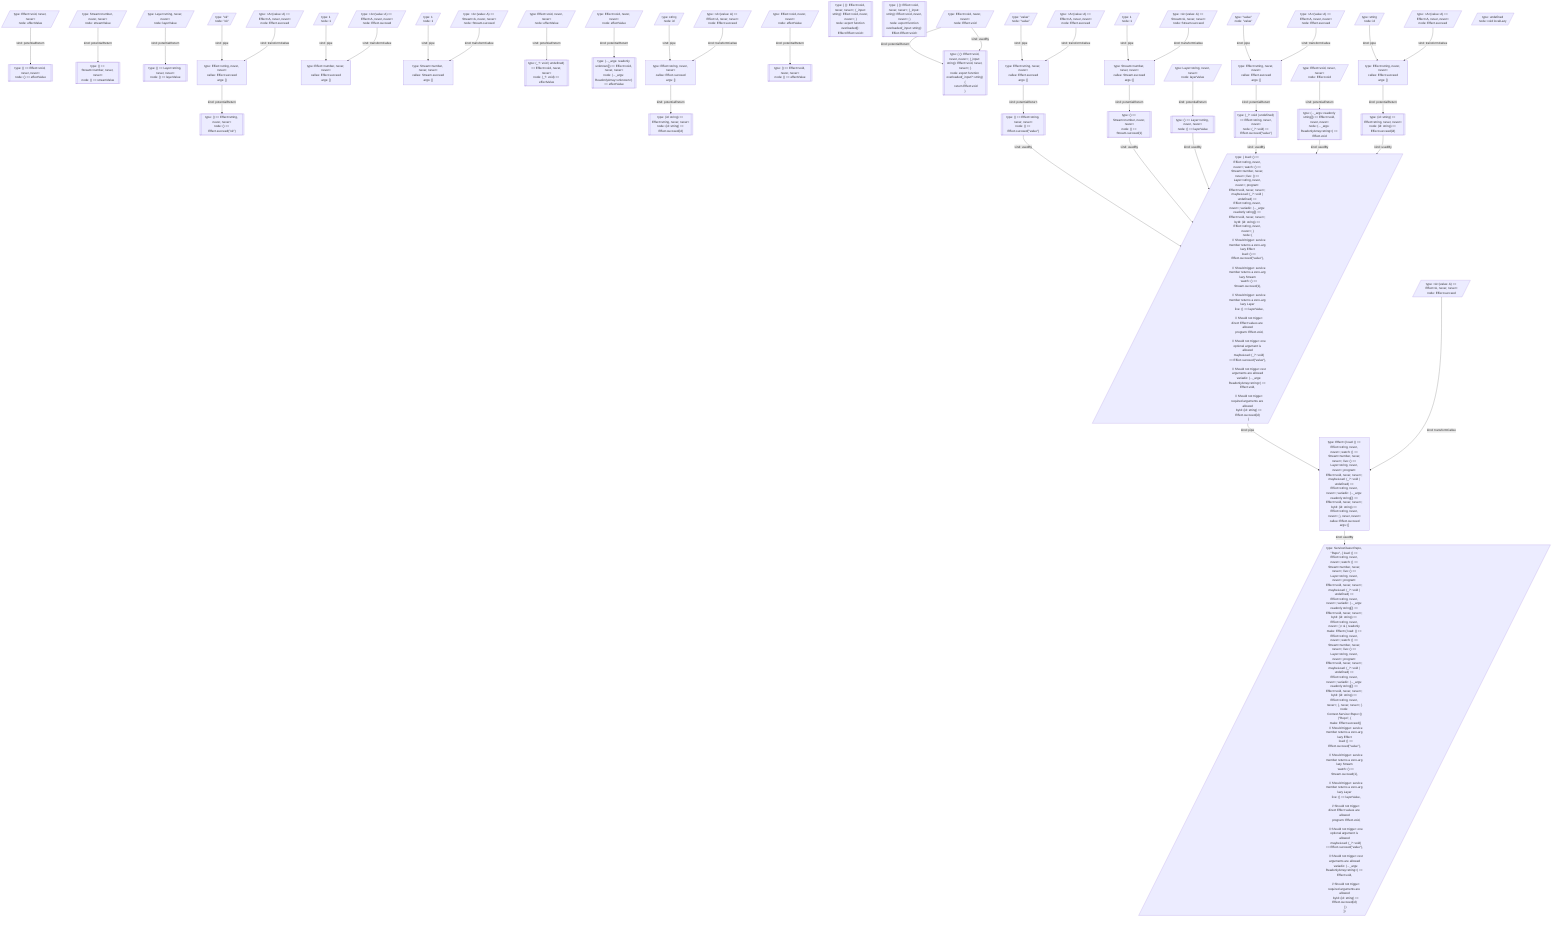
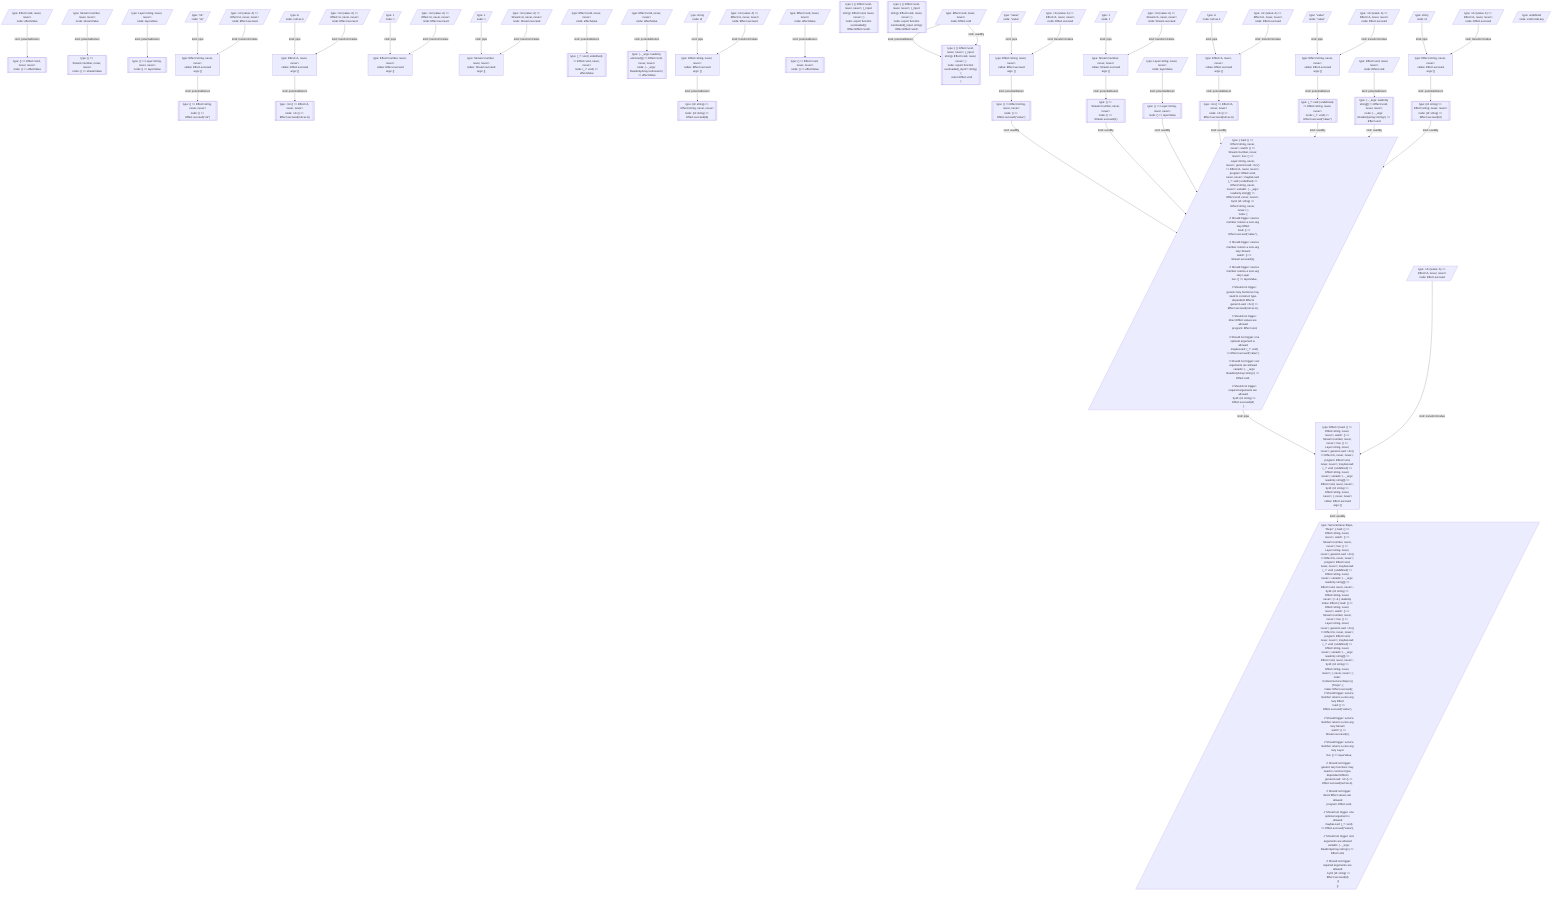
flowchart TB
  0[["type: #40;#41; =#gt; Effect#lt;void, never, never#gt;<br/>node: #40;#41; =#gt; effectValue"]]
  1[/"type: Effect#lt;void, never, never#gt;<br/>node: effectValue"/]
  2[["type: #40;#41; =#gt; Stream#lt;number, never, never#gt;<br/>node: #40;#41; =#gt; streamValue"]]
  3[/"type: Stream#lt;number, never, never#gt;<br/>node: streamValue"/]
  4[["type: #40;#41; =#gt; Layer#lt;string, never, never#gt;<br/>node: #40;#41; =#gt; layerValue"]]
  5[/"type: Layer#lt;string, never, never#gt;<br/>node: layerValue"/]
  6[["type: #40;#41; =#gt; Effect#lt;string, never, never#gt;<br/>node: #40;#41; =#gt; Effect.succeed#40;#quot;ok#quot;#41;"]]
  7[/"type: #quot;ok#quot;<br/>node: #quot;ok#quot;"/]
  8["type: Effect#lt;string, never, never#gt;<br/>callee: Effect.succeed<br/>args: #91;#93;"]
  9[/"type: #lt;A#gt;#40;value: A#41; =#gt; Effect#lt;A, never, never#gt;<br/>node: Effect.succeed"/]
-   10[/"type: 1<br/>node: 1"/]
-   11["type: Effect#lt;number, never, never#gt;<br/>callee: Effect.succeed<br/>args: #91;#93;"]
-   12[/"type: #lt;A#gt;#40;value: A#41; =#gt; Effect#lt;A, never, never#gt;<br/>node: Effect.succeed"/]
-   13[/"type: 1<br/>node: 1"/]
-   14["type: Stream#lt;number, never, never#gt;<br/>callee: Stream.succeed<br/>args: #91;#93;"]
-   15[/"type: #lt;A#gt;#40;value: A#41; =#gt; Stream#lt;A, never, never#gt;<br/>node: Stream.succeed"/]
-   16[["type: #40;_?: void #124; undefined#41; =#gt; Effect#lt;void, never, never#gt;<br/>node: #40;_?: void#41; =#gt; effectValue"]]
-   17[/"type: Effect#lt;void, never, never#gt;<br/>node: effectValue"/]
-   18[["type: #40;..._args: readonly unknown#91;#93;#41; =#gt; Effect#lt;void, never, never#gt;<br/>node: #40;..._args: ReadonlyArray#lt;unknown#gt;#41; =#gt; effectValue"]]
-   19[/"type: Effect#lt;void, never, never#gt;<br/>node: effectValue"/]
-   20[["type: #40;id: string#41; =#gt; Effect#lt;string, never, never#gt;<br/>node: #40;id: string#41; =#gt; Effect.succeed#40;id#41;"]]
-   21[/"type: string<br/>node: id"/]
-   22["type: Effect#lt;string, never, never#gt;<br/>callee: Effect.succeed<br/>args: #91;#93;"]
-   23[/"type: #lt;A#gt;#40;value: A#41; =#gt; Effect#lt;A, never, never#gt;<br/>node: Effect.succeed"/]
-   24[["type: #40;#41; =#gt; Effect#lt;void, never, never#gt;<br/>node: #40;#41; =#gt; effectValue"]]
-   25[/"type: Effect#lt;void, never, never#gt;<br/>node: effectValue"/]
-   26[["type: #123; #40;#41;: Effect#lt;void, never, never#gt;; #40;_input: string#41;: Effect#lt;void, never, never#gt;; #125;<br/>node: export function overloaded#40;#41;: Effect.Effect#lt;void#gt;"]]
-   27[["type: #123; #40;#41;: Effect#lt;void, never, never#gt;; #40;_input: string#41;: Effect#lt;void, never, never#gt;; #125;<br/>node: export function overloaded#40;_input: string#41;: Effect.Effect#lt;void#gt;"]]
-   28[["type: #123; #40;#41;: Effect#lt;void, never, never#gt;; #40;_input: string#41;: Effect#lt;void, never, never#gt;; #125;<br/>node: export function overloaded#40;_input?: string#41; #123;#92;n  return Effect.void#92;n#125;"]]
-   29[/"type: Effect#lt;void, never, never#gt;<br/>node: Effect.void"/]
-   30[/"type: ServiceClass#lt;Repo, #quot;Repo#quot;, #123; load: #40;#41; =#gt; Effect#lt;string, never, never#gt;; watch: #40;#41; =#gt; Stream#lt;number, never, never#gt;; live: #40;#41; =#gt; Layer#lt;string, never, never#gt;; program: Effect#lt;void, never, never#gt;; maybeLoad: #40;_?: void #124; undefined#41; =#gt; Effect#lt;string, never, never#gt;; variadic: #40;..._args: readonly string#91;#93;#41; =#gt; Effect#lt;void, never, never#gt;; byId: #40;id: string#41; =#gt; Effect#lt;string, never, never#gt;; #125;#gt; #amp; #123; readonly make: Effect#lt;#123; load: #40;#41; =#gt; Effect#lt;string, never, never#gt;; watch: #40;#41; =#gt; Stream#lt;number, never, never#gt;; live: #40;#41; =#gt; Layer#lt;string, never, never#gt;; program: Effect#lt;void, never, never#gt;; maybeLoad: #40;_?: void #124; undefined#41; =#gt; Effect#lt;string, never, never#gt;; variadic: #40;..._args: readonly string#91;#93;#41; =#gt; Effect#lt;void, never, never#gt;; byId: #40;id: string#41; =#gt; Effect#lt;string, never, never#gt;; #125;, never, never#gt;; #125;<br/>node: Context.Service#lt;Repo#gt;#40;#41;#40;#quot;Repo#quot;, #123;#92;n  make: Effect.succeed#40;#123;#92;n    // Should trigger: service member returns a zero-arg lazy Effect#92;n    load: #40;#41; =#gt; Effect.succeed#40;#quot;value#quot;#41;,#92;n#92;n    // Should trigger: service member returns a zero-arg lazy Stream#92;n    watch: #40;#41; =#gt; Stream.succeed#40;1#41;,#92;n#92;n    // Should trigger: service member returns a zero-arg lazy Layer#92;n    live: #40;#41; =#gt; layerValue,#92;n#92;n    // Should not trigger: direct Effect values are allowed#92;n    program: Effect.void,#92;n#92;n    // Should not trigger: one optional argument is allowed#92;n    maybeLoad: #40;_?: void#41; =#gt; Effect.succeed#40;#quot;value#quot;#41;,#92;n#92;n    // Should not trigger: rest arguments are allowed#92;n    variadic: #40;..._args: ReadonlyArray#lt;string#gt;#41; =#gt; Effect.void,#92;n#92;n    // Should not trigger: required arguments are allowed#92;n    byId: #40;id: string#41; =#gt; Effect.succeed#40;id#41;#92;n  #125;#41;#92;n#125;#41;"/]
-   31[/"type: #123; load: #40;#41; =#gt; Effect#lt;string, never, never#gt;; watch: #40;#41; =#gt; Stream#lt;number, never, never#gt;; live: #40;#41; =#gt; Layer#lt;string, never, never#gt;; program: Effect#lt;void, never, never#gt;; maybeLoad: #40;_?: void #124; undefined#41; =#gt; Effect#lt;string, never, never#gt;; variadic: #40;..._args: readonly string#91;#93;#41; =#gt; Effect#lt;void, never, never#gt;; byId: #40;id: string#41; =#gt; Effect#lt;string, never, never#gt;; #125;<br/>node: #123;#92;n    // Should trigger: service member returns a zero-arg lazy Effect#92;n    load: #40;#41; =#gt; Effect.succeed#40;#quot;value#quot;#41;,#92;n#92;n    // Should trigger: service member returns a zero-arg lazy Stream#92;n    watch: #40;#41; =#gt; Stream.succeed#40;1#41;,#92;n#92;n    // Should trigger: service member returns a zero-arg lazy Layer#92;n    live: #40;#41; =#gt; layerValue,#92;n#92;n    // Should not trigger: direct Effect values are allowed#92;n    program: Effect.void,#92;n#92;n    // Should not trigger: one optional argument is allowed#92;n    maybeLoad: #40;_?: void#41; =#gt; Effect.succeed#40;#quot;value#quot;#41;,#92;n#92;n    // Should not trigger: rest arguments are allowed#92;n    variadic: #40;..._args: ReadonlyArray#lt;string#gt;#41; =#gt; Effect.void,#92;n#92;n    // Should not trigger: required arguments are allowed#92;n    byId: #40;id: string#41; =#gt; Effect.succeed#40;id#41;#92;n  #125;"/]
-   32[["type: #40;#41; =#gt; Effect#lt;string, never, never#gt;<br/>node: #40;#41; =#gt; Effect.succeed#40;#quot;value#quot;#41;"]]
-   33[/"type: #quot;value#quot;<br/>node: #quot;value#quot;"/]
-   34["type: Effect#lt;string, never, never#gt;<br/>callee: Effect.succeed<br/>args: #91;#93;"]
-   35[/"type: #lt;A#gt;#40;value: A#41; =#gt; Effect#lt;A, never, never#gt;<br/>node: Effect.succeed"/]
-   36[["type: #40;#41; =#gt; Stream#lt;number, never, never#gt;<br/>node: #40;#41; =#gt; Stream.succeed#40;1#41;"]]
-   37[/"type: 1<br/>node: 1"/]
-   38["type: Stream#lt;number, never, never#gt;<br/>callee: Stream.succeed<br/>args: #91;#93;"]
-   39[/"type: #lt;A#gt;#40;value: A#41; =#gt; Stream#lt;A, never, never#gt;<br/>node: Stream.succeed"/]
-   40[["type: #40;#41; =#gt; Layer#lt;string, never, never#gt;<br/>node: #40;#41; =#gt; layerValue"]]
-   41[/"type: Layer#lt;string, never, never#gt;<br/>node: layerValue"/]
-   42[["type: #40;_?: void #124; undefined#41; =#gt; Effect#lt;string, never, never#gt;<br/>node: #40;_?: void#41; =#gt; Effect.succeed#40;#quot;value#quot;#41;"]]
-   43[/"type: #quot;value#quot;<br/>node: #quot;value#quot;"/]
-   44["type: Effect#lt;string, never, never#gt;<br/>callee: Effect.succeed<br/>args: #91;#93;"]
-   45[/"type: #lt;A#gt;#40;value: A#41; =#gt; Effect#lt;A, never, never#gt;<br/>node: Effect.succeed"/]
-   46[["type: #40;..._args: readonly string#91;#93;#41; =#gt; Effect#lt;void, never, never#gt;<br/>node: #40;..._args: ReadonlyArray#lt;string#gt;#41; =#gt; Effect.void"]]
-   47[/"type: Effect#lt;void, never, never#gt;<br/>node: Effect.void"/]
-   48[["type: #40;id: string#41; =#gt; Effect#lt;string, never, never#gt;<br/>node: #40;id: string#41; =#gt; Effect.succeed#40;id#41;"]]
-   49[/"type: string<br/>node: id"/]
-   50["type: Effect#lt;string, never, never#gt;<br/>callee: Effect.succeed<br/>args: #91;#93;"]
-   51[/"type: #lt;A#gt;#40;value: A#41; =#gt; Effect#lt;A, never, never#gt;<br/>node: Effect.succeed"/]
-   52["type: Effect#lt;#123; load: #40;#41; =#gt; Effect#lt;string, never, never#gt;; watch: #40;#41; =#gt; Stream#lt;number, never, never#gt;; live: #40;#41; =#gt; Layer#lt;string, never, never#gt;; program: Effect#lt;void, never, never#gt;; maybeLoad: #40;_?: void #124; undefined#41; =#gt; Effect#lt;string, never, never#gt;; variadic: #40;..._args: readonly string#91;#93;#41; =#gt; Effect#lt;void, never, never#gt;; byId: #40;id: string#41; =#gt; Effect#lt;string, never, never#gt;; #125;, never, never#gt;<br/>callee: Effect.succeed<br/>args: #91;#93;"]
+   10[["type: #lt;A#gt;#40;#41; =#gt; Effect#lt;A, never, never#gt;<br/>node: #lt;A#gt;#40;#41; =#gt; Effect.succeed#40;null as A#41;"]]
+   11[/"type: A<br/>node: null as A"/]
+   12["type: Effect#lt;A, never, never#gt;<br/>callee: Effect.succeed<br/>args: #91;#93;"]
+   13[/"type: #lt;A#gt;#40;value: A#41; =#gt; Effect#lt;A, never, never#gt;<br/>node: Effect.succeed"/]
+   14[/"type: 1<br/>node: 1"/]
+   15["type: Effect#lt;number, never, never#gt;<br/>callee: Effect.succeed<br/>args: #91;#93;"]
+   16[/"type: #lt;A#gt;#40;value: A#41; =#gt; Effect#lt;A, never, never#gt;<br/>node: Effect.succeed"/]
+   17[/"type: 1<br/>node: 1"/]
+   18["type: Stream#lt;number, never, never#gt;<br/>callee: Stream.succeed<br/>args: #91;#93;"]
+   19[/"type: #lt;A#gt;#40;value: A#41; =#gt; Stream#lt;A, never, never#gt;<br/>node: Stream.succeed"/]
+   20[["type: #40;_?: void #124; undefined#41; =#gt; Effect#lt;void, never, never#gt;<br/>node: #40;_?: void#41; =#gt; effectValue"]]
+   21[/"type: Effect#lt;void, never, never#gt;<br/>node: effectValue"/]
+   22[["type: #40;..._args: readonly unknown#91;#93;#41; =#gt; Effect#lt;void, never, never#gt;<br/>node: #40;..._args: ReadonlyArray#lt;unknown#gt;#41; =#gt; effectValue"]]
+   23[/"type: Effect#lt;void, never, never#gt;<br/>node: effectValue"/]
+   24[["type: #40;id: string#41; =#gt; Effect#lt;string, never, never#gt;<br/>node: #40;id: string#41; =#gt; Effect.succeed#40;id#41;"]]
+   25[/"type: string<br/>node: id"/]
+   26["type: Effect#lt;string, never, never#gt;<br/>callee: Effect.succeed<br/>args: #91;#93;"]
+   27[/"type: #lt;A#gt;#40;value: A#41; =#gt; Effect#lt;A, never, never#gt;<br/>node: Effect.succeed"/]
+   28[["type: #40;#41; =#gt; Effect#lt;void, never, never#gt;<br/>node: #40;#41; =#gt; effectValue"]]
+   29[/"type: Effect#lt;void, never, never#gt;<br/>node: effectValue"/]
+   30[["type: #123; #40;#41;: Effect#lt;void, never, never#gt;; #40;_input: string#41;: Effect#lt;void, never, never#gt;; #125;<br/>node: export function overloaded#40;#41;: Effect.Effect#lt;void#gt;"]]
+   31[["type: #123; #40;#41;: Effect#lt;void, never, never#gt;; #40;_input: string#41;: Effect#lt;void, never, never#gt;; #125;<br/>node: export function overloaded#40;_input: string#41;: Effect.Effect#lt;void#gt;"]]
+   32[["type: #123; #40;#41;: Effect#lt;void, never, never#gt;; #40;_input: string#41;: Effect#lt;void, never, never#gt;; #125;<br/>node: export function overloaded#40;_input?: string#41; #123;#92;n  return Effect.void#92;n#125;"]]
+   33[/"type: Effect#lt;void, never, never#gt;<br/>node: Effect.void"/]
+   34[/"type: ServiceClass#lt;Repo, #quot;Repo#quot;, #123; load: #40;#41; =#gt; Effect#lt;string, never, never#gt;; watch: #40;#41; =#gt; Stream#lt;number, never, never#gt;; live: #40;#41; =#gt; Layer#lt;string, never, never#gt;; genericLoad: #lt;A#gt;#40;#41; =#gt; Effect#lt;A, never, never#gt;; program: Effect#lt;void, never, never#gt;; maybeLoad: #40;_?: void #124; undefined#41; =#gt; Effect#lt;string, never, never#gt;; variadic: #40;..._args: readonly string#91;#93;#41; =#gt; Effect#lt;void, never, never#gt;; byId: #40;id: string#41; =#gt; Effect#lt;string, never, never#gt;; #125;#gt; #amp; #123; readonly make: Effect#lt;#123; load: #40;#41; =#gt; Effect#lt;string, never, never#gt;; watch: #40;#41; =#gt; Stream#lt;number, never, never#gt;; live: #40;#41; =#gt; Layer#lt;string, never, never#gt;; genericLoad: #lt;A#gt;#40;#41; =#gt; Effect#lt;A, never, never#gt;; program: Effect#lt;void, never, never#gt;; maybeLoad: #40;_?: void #124; undefined#41; =#gt; Effect#lt;string, never, never#gt;; variadic: #40;..._args: readonly string#91;#93;#41; =#gt; Effect#lt;void, never, never#gt;; byId: #40;id: string#41; =#gt; Effect#lt;string, never, never#gt;; #125;, never, never#gt;; #125;<br/>node: Context.Service#lt;Repo#gt;#40;#41;#40;#quot;Repo#quot;, #123;#92;n  make: Effect.succeed#40;#123;#92;n    // Should trigger: service member returns a zero-arg lazy Effect#92;n    load: #40;#41; =#gt; Effect.succeed#40;#quot;value#quot;#41;,#92;n#92;n    // Should trigger: service member returns a zero-arg lazy Stream#92;n    watch: #40;#41; =#gt; Stream.succeed#40;1#41;,#92;n#92;n    // Should trigger: service member returns a zero-arg lazy Layer#92;n    live: #40;#41; =#gt; layerValue,#92;n#92;n    // Should not trigger: generic lazy functions may need to construct type-dependent Effects#92;n    genericLoad: #lt;A#gt;#40;#41; =#gt; Effect.succeed#40;null as A#41;,#92;n#92;n    // Should not trigger: direct Effect values are allowed#92;n    program: Effect.void,#92;n#92;n    // Should not trigger: one optional argument is allowed#92;n    maybeLoad: #40;_?: void#41; =#gt; Effect.succeed#40;#quot;value#quot;#41;,#92;n#92;n    // Should not trigger: rest arguments are allowed#92;n    variadic: #40;..._args: ReadonlyArray#lt;string#gt;#41; =#gt; Effect.void,#92;n#92;n    // Should not trigger: required arguments are allowed#92;n    byId: #40;id: string#41; =#gt; Effect.succeed#40;id#41;#92;n  #125;#41;#92;n#125;#41;"/]
+   35[/"type: #123; load: #40;#41; =#gt; Effect#lt;string, never, never#gt;; watch: #40;#41; =#gt; Stream#lt;number, never, never#gt;; live: #40;#41; =#gt; Layer#lt;string, never, never#gt;; genericLoad: #lt;A#gt;#40;#41; =#gt; Effect#lt;A, never, never#gt;; program: Effect#lt;void, never, never#gt;; maybeLoad: #40;_?: void #124; undefined#41; =#gt; Effect#lt;string, never, never#gt;; variadic: #40;..._args: readonly string#91;#93;#41; =#gt; Effect#lt;void, never, never#gt;; byId: #40;id: string#41; =#gt; Effect#lt;string, never, never#gt;; #125;<br/>node: #123;#92;n    // Should trigger: service member returns a zero-arg lazy Effect#92;n    load: #40;#41; =#gt; Effect.succeed#40;#quot;value#quot;#41;,#92;n#92;n    // Should trigger: service member returns a zero-arg lazy Stream#92;n    watch: #40;#41; =#gt; Stream.succeed#40;1#41;,#92;n#92;n    // Should trigger: service member returns a zero-arg lazy Layer#92;n    live: #40;#41; =#gt; layerValue,#92;n#92;n    // Should not trigger: generic lazy functions may need to construct type-dependent Effects#92;n    genericLoad: #lt;A#gt;#40;#41; =#gt; Effect.succeed#40;null as A#41;,#92;n#92;n    // Should not trigger: direct Effect values are allowed#92;n    program: Effect.void,#92;n#92;n    // Should not trigger: one optional argument is allowed#92;n    maybeLoad: #40;_?: void#41; =#gt; Effect.succeed#40;#quot;value#quot;#41;,#92;n#92;n    // Should not trigger: rest arguments are allowed#92;n    variadic: #40;..._args: ReadonlyArray#lt;string#gt;#41; =#gt; Effect.void,#92;n#92;n    // Should not trigger: required arguments are allowed#92;n    byId: #40;id: string#41; =#gt; Effect.succeed#40;id#41;#92;n  #125;"/]
+   36[["type: #40;#41; =#gt; Effect#lt;string, never, never#gt;<br/>node: #40;#41; =#gt; Effect.succeed#40;#quot;value#quot;#41;"]]
+   37[/"type: #quot;value#quot;<br/>node: #quot;value#quot;"/]
+   38["type: Effect#lt;string, never, never#gt;<br/>callee: Effect.succeed<br/>args: #91;#93;"]
+   39[/"type: #lt;A#gt;#40;value: A#41; =#gt; Effect#lt;A, never, never#gt;<br/>node: Effect.succeed"/]
+   40[["type: #40;#41; =#gt; Stream#lt;number, never, never#gt;<br/>node: #40;#41; =#gt; Stream.succeed#40;1#41;"]]
+   41[/"type: 1<br/>node: 1"/]
+   42["type: Stream#lt;number, never, never#gt;<br/>callee: Stream.succeed<br/>args: #91;#93;"]
+   43[/"type: #lt;A#gt;#40;value: A#41; =#gt; Stream#lt;A, never, never#gt;<br/>node: Stream.succeed"/]
+   44[["type: #40;#41; =#gt; Layer#lt;string, never, never#gt;<br/>node: #40;#41; =#gt; layerValue"]]
+   45[/"type: Layer#lt;string, never, never#gt;<br/>node: layerValue"/]
+   46[["type: #lt;A#gt;#40;#41; =#gt; Effect#lt;A, never, never#gt;<br/>node: #lt;A#gt;#40;#41; =#gt; Effect.succeed#40;null as A#41;"]]
+   47[/"type: A<br/>node: null as A"/]
+   48["type: Effect#lt;A, never, never#gt;<br/>callee: Effect.succeed<br/>args: #91;#93;"]
+   49[/"type: #lt;A#gt;#40;value: A#41; =#gt; Effect#lt;A, never, never#gt;<br/>node: Effect.succeed"/]
+   50[["type: #40;_?: void #124; undefined#41; =#gt; Effect#lt;string, never, never#gt;<br/>node: #40;_?: void#41; =#gt; Effect.succeed#40;#quot;value#quot;#41;"]]
+   51[/"type: #quot;value#quot;<br/>node: #quot;value#quot;"/]
+   52["type: Effect#lt;string, never, never#gt;<br/>callee: Effect.succeed<br/>args: #91;#93;"]
  53[/"type: #lt;A#gt;#40;value: A#41; =#gt; Effect#lt;A, never, never#gt;<br/>node: Effect.succeed"/]
-   54[/"type: undefined<br/>node: void localLazy"/]
+   54[["type: #40;..._args: readonly string#91;#93;#41; =#gt; Effect#lt;void, never, never#gt;<br/>node: #40;..._args: ReadonlyArray#lt;string#gt;#41; =#gt; Effect.void"]]
+   55[/"type: Effect#lt;void, never, never#gt;<br/>node: Effect.void"/]
+   56[["type: #40;id: string#41; =#gt; Effect#lt;string, never, never#gt;<br/>node: #40;id: string#41; =#gt; Effect.succeed#40;id#41;"]]
+   57[/"type: string<br/>node: id"/]
+   58["type: Effect#lt;string, never, never#gt;<br/>callee: Effect.succeed<br/>args: #91;#93;"]
+   59[/"type: #lt;A#gt;#40;value: A#41; =#gt; Effect#lt;A, never, never#gt;<br/>node: Effect.succeed"/]
+   60["type: Effect#lt;#123; load: #40;#41; =#gt; Effect#lt;string, never, never#gt;; watch: #40;#41; =#gt; Stream#lt;number, never, never#gt;; live: #40;#41; =#gt; Layer#lt;string, never, never#gt;; genericLoad: #lt;A#gt;#40;#41; =#gt; Effect#lt;A, never, never#gt;; program: Effect#lt;void, never, never#gt;; maybeLoad: #40;_?: void #124; undefined#41; =#gt; Effect#lt;string, never, never#gt;; variadic: #40;..._args: readonly string#91;#93;#41; =#gt; Effect#lt;void, never, never#gt;; byId: #40;id: string#41; =#gt; Effect#lt;string, never, never#gt;; #125;, never, never#gt;<br/>callee: Effect.succeed<br/>args: #91;#93;"]
+   61[/"type: #lt;A#gt;#40;value: A#41; =#gt; Effect#lt;A, never, never#gt;<br/>node: Effect.succeed"/]
+   62[/"type: undefined<br/>node: void localLazy"/]
  1 -->|"kind: potentialReturn"| 0
  3 -->|"kind: potentialReturn"| 2
  5 -->|"kind: potentialReturn"| 4
  7 -->|"kind: pipe"| 8
  9 -->|"kind: transformCallee"| 8
  8 -->|"kind: potentialReturn"| 6
-   10 -->|"kind: pipe"| 11
-   12 -->|"kind: transformCallee"| 11
-   13 -->|"kind: pipe"| 14
-   15 -->|"kind: transformCallee"| 14
-   17 -->|"kind: potentialReturn"| 16
-   19 -->|"kind: potentialReturn"| 18
-   21 -->|"kind: pipe"| 22
-   23 -->|"kind: transformCallee"| 22
-   22 -->|"kind: potentialReturn"| 20
-   25 -->|"kind: potentialReturn"| 24
+   11 -->|"kind: pipe"| 12
+   13 -->|"kind: transformCallee"| 12
+   12 -->|"kind: potentialReturn"| 10
+   14 -->|"kind: pipe"| 15
+   16 -->|"kind: transformCallee"| 15
+   17 -->|"kind: pipe"| 18
+   19 -->|"kind: transformCallee"| 18
+   21 -->|"kind: potentialReturn"| 20
+   23 -->|"kind: potentialReturn"| 22
+   25 -->|"kind: pipe"| 26
+   27 -->|"kind: transformCallee"| 26
+   26 -->|"kind: potentialReturn"| 24
  29 -->|"kind: potentialReturn"| 28
-   29 -->|"kind: usedBy"| 28
-   33 -->|"kind: pipe"| 34
-   35 -->|"kind: transformCallee"| 34
-   34 -->|"kind: potentialReturn"| 32
-   32 -->|"kind: usedBy"| 31
+   33 -->|"kind: potentialReturn"| 32
+   33 -->|"kind: usedBy"| 32
  37 -->|"kind: pipe"| 38
  39 -->|"kind: transformCallee"| 38
  38 -->|"kind: potentialReturn"| 36
-   36 -->|"kind: usedBy"| 31
-   41 -->|"kind: potentialReturn"| 40
-   40 -->|"kind: usedBy"| 31
-   43 -->|"kind: pipe"| 44
-   45 -->|"kind: transformCallee"| 44
-   44 -->|"kind: potentialReturn"| 42
-   42 -->|"kind: usedBy"| 31
-   47 -->|"kind: potentialReturn"| 46
-   46 -->|"kind: usedBy"| 31
-   49 -->|"kind: pipe"| 50
-   51 -->|"kind: transformCallee"| 50
-   50 -->|"kind: potentialReturn"| 48
-   48 -->|"kind: usedBy"| 31
-   31 -->|"kind: pipe"| 52
+   36 -->|"kind: usedBy"| 35
+   41 -->|"kind: pipe"| 42
+   43 -->|"kind: transformCallee"| 42
+   42 -->|"kind: potentialReturn"| 40
+   40 -->|"kind: usedBy"| 35
+   45 -->|"kind: potentialReturn"| 44
+   44 -->|"kind: usedBy"| 35
+   47 -->|"kind: pipe"| 48
+   49 -->|"kind: transformCallee"| 48
+   48 -->|"kind: potentialReturn"| 46
+   46 -->|"kind: usedBy"| 35
+   51 -->|"kind: pipe"| 52
  53 -->|"kind: transformCallee"| 52
-   52 -->|"kind: usedBy"| 30+   52 -->|"kind: potentialReturn"| 50
+   50 -->|"kind: usedBy"| 35
+   55 -->|"kind: potentialReturn"| 54
+   54 -->|"kind: usedBy"| 35
+   57 -->|"kind: pipe"| 58
+   59 -->|"kind: transformCallee"| 58
+   58 -->|"kind: potentialReturn"| 56
+   56 -->|"kind: usedBy"| 35
+   35 -->|"kind: pipe"| 60
+   61 -->|"kind: transformCallee"| 60
+   60 -->|"kind: usedBy"| 34